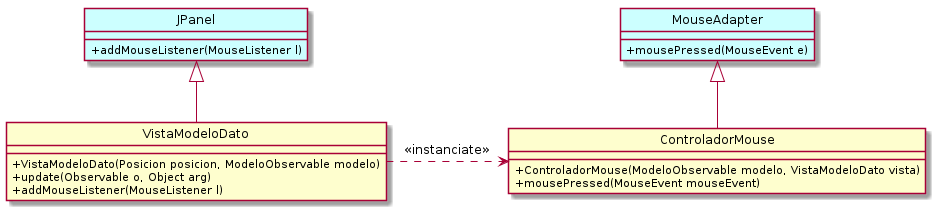
Earlier version of the PlantUML export diagrams/controller.png (fiuba/algo3_ejemplo_mvc_colores). Source of this version:
```plantuml
@startuml
hide circle
skinparam classAttributeIconSize 0

class JPanel {
        + addMouseListener(MouseListener l)
}

class VistaModeloDato {
    + VistaModeloDato(Posicion posicion, ModeloObservable modelo)
    + update(Observable o, Object arg)
    + addMouseListener(MouseListener l)
}

class MouseAdapter {
    + mousePressed(MouseEvent e)
}


class ControladorMouse {
    + ControladorMouse(ModeloObservable modelo, VistaModeloDato vista)
    + mousePressed(MouseEvent mouseEvent)
}

JPanel <|-- VistaModeloDato

MouseAdapter <|-- ControladorMouse

VistaModeloDato .> ControladorMouse: "<<instanciate>>"


class JPanel #CCFFFF
class MouseAdapter #CCFFFF

@enduml
```
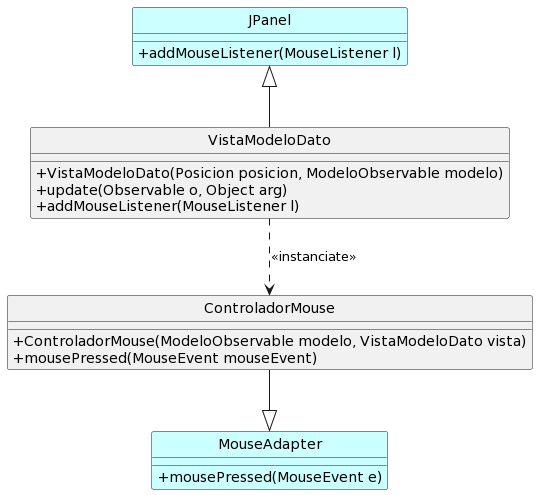
The same diagram one commit later.

What changed in the source:
```diff
@@ -24,12 +24,11 @@
 
 JPanel <|-- VistaModeloDato
 
-MouseAdapter <|-- ControladorMouse
+ControladorMouse --|> MouseAdapter
 
-VistaModeloDato .> ControladorMouse: "<<instanciate>>"
+VistaModeloDato ..> ControladorMouse: "<<instanciate>>"
 
 
 class JPanel #CCFFFF
 class MouseAdapter #CCFFFF
-
 @enduml
```
